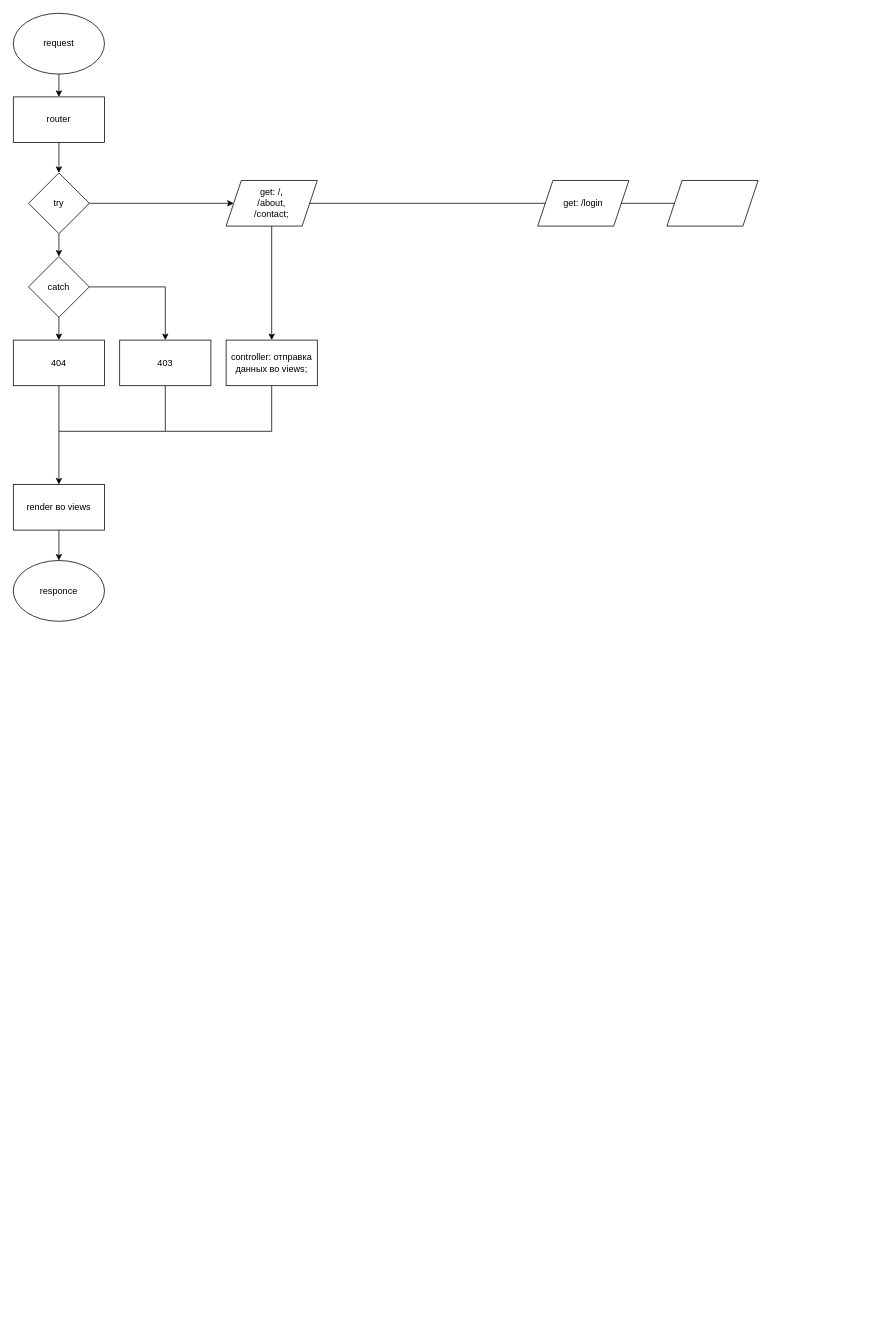
This is mvc.drawio from Konkin-Ivan/custom_mvc_php, a draw.io file, before an edit. Source tidied: cells renumbered, new cells numbered last; positions are measured from the earlier drawing's top-left corner, leaving out a move shared by most shapes. Both pictures are drawn from the tidied source at 76%, with x=0, y=0 at pixel (13, 13).
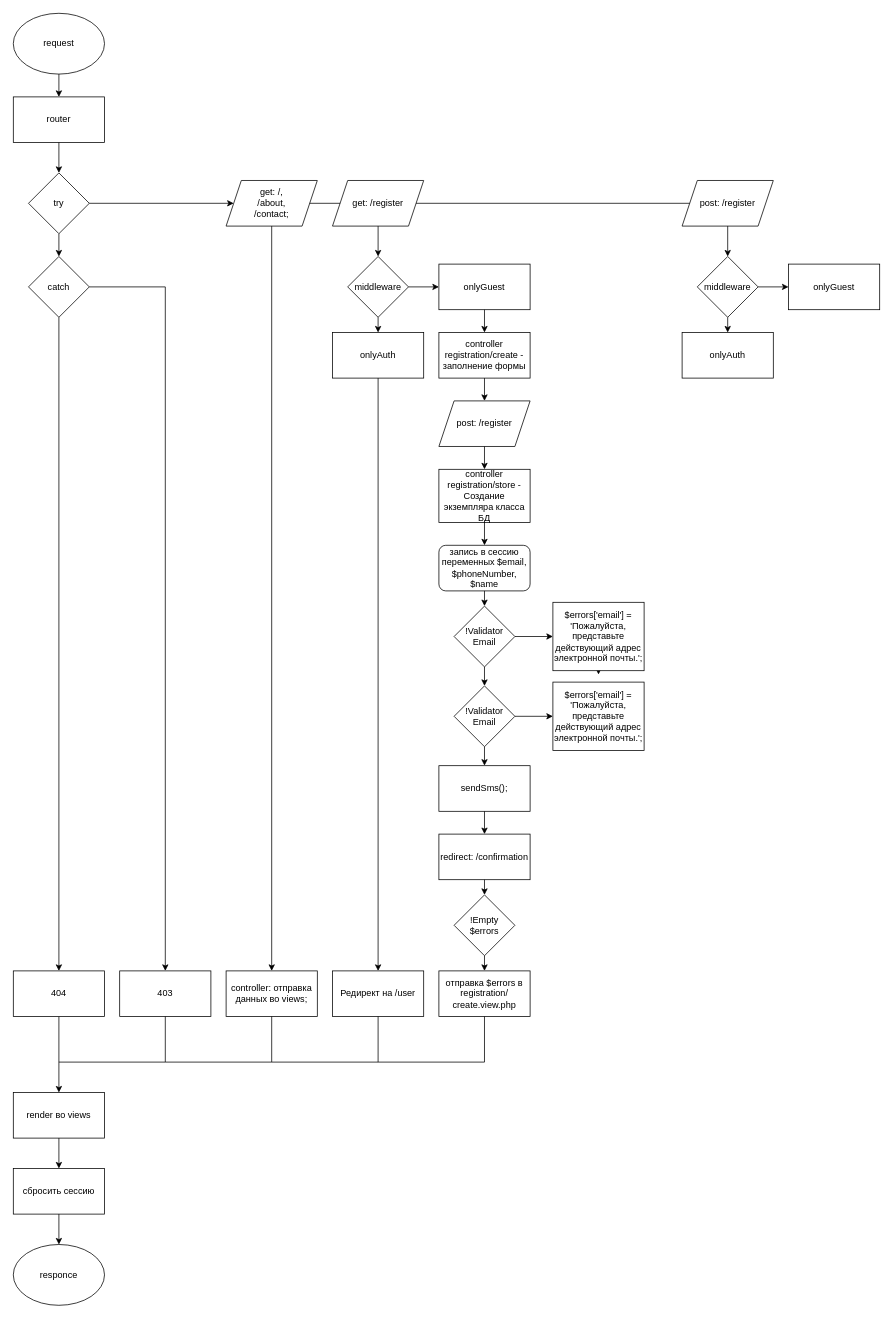
The same diagram, later.

The edit, as a diff of the source:
```diff
@@
     <mxCell id="3" value="responce" style="ellipse;whiteSpace=wrap;html=1;" parent="1" vertex="1">
-      <mxGeometry y="720" width="120" height="80" as="geometry" />
+      <mxGeometry y="1620" width="120" height="80" as="geometry" />
     </mxCell>
@@
-    <mxCell id="5" value="get: /login" style="shape=parallelogram;perimeter=parallelogramPerimeter;whiteSpace=wrap;html=1;fixedSize=1;" parent="1" vertex="1">
-      <mxGeometry x="690" y="220" width="120" height="60" as="geometry" />
+    <mxCell id="5" value="get:&amp;nbsp;/register" style="shape=parallelogram;perimeter=parallelogramPerimeter;whiteSpace=wrap;html=1;fixedSize=1;" parent="1" vertex="1">
+      <mxGeometry x="420" y="220" width="120" height="60" as="geometry" />
     </mxCell>
@@
-    <mxCell id="7" style="shape=parallelogram;perimeter=parallelogramPerimeter;whiteSpace=wrap;html=1;fixedSize=1;" parent="1" vertex="1">
-      <mxGeometry x="860" y="220" width="120" height="60" as="geometry" />
+    <mxCell id="7" value="post:&amp;nbsp;/register" style="shape=parallelogram;perimeter=parallelogramPerimeter;whiteSpace=wrap;html=1;fixedSize=1;" parent="1" vertex="1">
+      <mxGeometry x="880" y="220" width="120" height="60" as="geometry" />
     </mxCell>
@@
     <mxCell id="9" value="controller: отправка данных во views;" style="rounded=0;whiteSpace=wrap;html=1;" parent="1" vertex="1">
-      <mxGeometry x="280" y="430" width="120" height="60" as="geometry" />
+      <mxGeometry x="280" y="1260" width="120" height="60" as="geometry" />
     </mxCell>
     <mxCell id="10" value="render во views" style="rounded=0;whiteSpace=wrap;html=1;" parent="1" vertex="1">
-      <mxGeometry y="620" width="120" height="60" as="geometry" />
+      <mxGeometry y="1420" width="120" height="60" as="geometry" />
     </mxCell>
@@
     <mxCell id="14" value="403" style="rounded=0;whiteSpace=wrap;html=1;" parent="1" vertex="1">
-      <mxGeometry x="140" y="430" width="120" height="60" as="geometry" />
+      <mxGeometry x="140" y="1260" width="120" height="60" as="geometry" />
     </mxCell>
@@
     <mxCell id="16" value="404" style="rounded=0;whiteSpace=wrap;html=1;" parent="1" vertex="1">
-      <mxGeometry y="430" width="120" height="60" as="geometry" />
+      <mxGeometry y="1260" width="120" height="60" as="geometry" />
     </mxCell>
@@
     <mxCell id="18" style="endArrow=none;html=1;rounded=0;exitX=0.5;exitY=1;exitDx=0;exitDy=0;" parent="1" edge="1" source="14">
       <mxGeometry relative="1" as="geometry">
-        <mxPoint x="60" y="550" as="targetPoint" />
+        <mxPoint x="60" y="1380" as="targetPoint" />
         <Array as="points">
-          <mxPoint x="200" y="550" />
+          <mxPoint x="200" y="1380" />
         </Array>
       </mxGeometry>
     </mxCell>
-    <mxCell id="19" style="endArrow=classic;html=1;rounded=0;exitX=0.5;exitY=1;exitDx=0;exitDy=0;entryX=0.5;entryY=0;entryDx=0;entryDy=0;" parent="1" edge="1" source="10" target="3">
-      <mxGeometry relative="1" as="geometry" />
-    </mxCell>
     <mxCell id="20" style="endArrow=none;html=1;rounded=0;entryX=0.5;entryY=1;entryDx=0;entryDy=0;" parent="1" edge="1" target="9">
       <mxGeometry relative="1" as="geometry">
-        <mxPoint x="200" y="550" as="sourcePoint" />
+        <mxPoint x="200" y="1380" as="sourcePoint" />
         <Array as="points">
-          <mxPoint x="340" y="550" />
+          <mxPoint x="340" y="1380" />
         </Array>
       </mxGeometry>
     </mxCell>
@@
+    <mxCell id="27" value="middleware" style="rhombus;whiteSpace=wrap;html=1;" parent="1" vertex="1">
+      <mxGeometry x="440" y="320" width="80" height="80" as="geometry" />
+    </mxCell>
+    <mxCell id="28" style="endArrow=classic;html=1;rounded=0;exitX=0.5;exitY=1;exitDx=0;exitDy=0;entryX=0.5;entryY=0;entryDx=0;entryDy=0;" parent="1" edge="1" source="5" target="27">
+      <mxGeometry relative="1" as="geometry" />
+    </mxCell>
+    <mxCell id="29" value="onlyGuest" style="rounded=0;whiteSpace=wrap;html=1;" parent="1" vertex="1">
+      <mxGeometry x="560" y="330" width="120" height="60" as="geometry" />
+    </mxCell>
+    <mxCell id="30" value="Редирект на /user" style="rounded=0;whiteSpace=wrap;html=1;" parent="1" vertex="1">
+      <mxGeometry x="420" y="1260" width="120" height="60" as="geometry" />
+    </mxCell>
+    <mxCell id="31" style="endArrow=classic;html=1;rounded=0;exitX=1;exitY=0.5;exitDx=0;exitDy=0;entryX=0;entryY=0.5;entryDx=0;entryDy=0;" parent="1" edge="1" source="27" target="29">
+      <mxGeometry relative="1" as="geometry" />
+    </mxCell>
+    <mxCell id="32" style="endArrow=none;html=1;rounded=0;entryX=0.5;entryY=1;entryDx=0;entryDy=0;" parent="1" edge="1" target="30">
+      <mxGeometry relative="1" as="geometry">
+        <mxPoint x="340" y="1380" as="sourcePoint" />
+        <Array as="points">
+          <mxPoint x="480" y="1380" />
+        </Array>
+      </mxGeometry>
+    </mxCell>
+    <mxCell id="33" value="middleware" style="rhombus;whiteSpace=wrap;html=1;" parent="1" vertex="1">
+      <mxGeometry x="900" y="320" width="80" height="80" as="geometry" />
+    </mxCell>
+    <mxCell id="34" value="onlyGuest" style="rounded=0;whiteSpace=wrap;html=1;" parent="1" vertex="1">
+      <mxGeometry x="1020" y="330" width="120" height="60" as="geometry" />
+    </mxCell>
+    <mxCell id="35" style="endArrow=classic;html=1;rounded=0;exitX=1;exitY=0.5;exitDx=0;exitDy=0;entryX=0;entryY=0.5;entryDx=0;entryDy=0;" parent="1" edge="1" source="33" target="34">
+      <mxGeometry relative="1" as="geometry" />
+    </mxCell>
+    <mxCell id="36" style="endArrow=classic;html=1;rounded=0;exitX=0.5;exitY=1;exitDx=0;exitDy=0;entryX=0.5;entryY=0;entryDx=0;entryDy=0;" parent="1" edge="1" source="7" target="33">
+      <mxGeometry relative="1" as="geometry" />
+    </mxCell>
+    <mxCell id="37" value="сбросить сессию" style="rounded=0;whiteSpace=wrap;html=1;" parent="1" vertex="1">
+      <mxGeometry y="1520" width="120" height="60" as="geometry" />
+    </mxCell>
+    <mxCell id="38" style="endArrow=classic;html=1;rounded=0;exitX=0.5;exitY=1;exitDx=0;exitDy=0;entryX=0.5;entryY=0;entryDx=0;entryDy=0;" parent="1" edge="1" source="10" target="37">
+      <mxGeometry relative="1" as="geometry" />
+    </mxCell>
+    <mxCell id="39" style="endArrow=classic;html=1;rounded=0;exitX=0.5;exitY=1;exitDx=0;exitDy=0;entryX=0.5;entryY=0;entryDx=0;entryDy=0;" parent="1" edge="1" source="37" target="3">
+      <mxGeometry relative="1" as="geometry" />
+    </mxCell>
+    <mxCell id="40" value="onlyAuth" style="rounded=0;whiteSpace=wrap;html=1;" parent="1" vertex="1">
+      <mxGeometry x="420" y="420" width="120" height="60" as="geometry" />
+    </mxCell>
+    <mxCell id="41" style="endArrow=classic;html=1;rounded=0;exitX=0.5;exitY=1;exitDx=0;exitDy=0;entryX=0.5;entryY=0;entryDx=0;entryDy=0;" parent="1" edge="1" source="27" target="40">
+      <mxGeometry relative="1" as="geometry" />
+    </mxCell>
+    <mxCell id="42" style="endArrow=classic;html=1;rounded=0;exitX=0.5;exitY=1;exitDx=0;exitDy=0;entryX=0.5;entryY=0;entryDx=0;entryDy=0;" parent="1" edge="1" source="40" target="30">
+      <mxGeometry relative="1" as="geometry" />
+    </mxCell>
+    <mxCell id="43" value="onlyAuth" style="rounded=0;whiteSpace=wrap;html=1;" parent="1" vertex="1">
+      <mxGeometry x="880" y="420" width="120" height="60" as="geometry" />
+    </mxCell>
+    <mxCell id="44" style="endArrow=classic;html=1;rounded=0;exitX=0.5;exitY=1;exitDx=0;exitDy=0;entryX=0.5;entryY=0;entryDx=0;entryDy=0;" parent="1" edge="1" source="33" target="43">
+      <mxGeometry relative="1" as="geometry" />
+    </mxCell>
+    <mxCell id="45" value="controller registration/create - заполнение формы" style="rounded=0;whiteSpace=wrap;html=1;" parent="1" vertex="1">
+      <mxGeometry x="560" y="420" width="120" height="60" as="geometry" />
+    </mxCell>
+    <mxCell id="46" style="endArrow=classic;html=1;rounded=0;exitX=0.5;exitY=1;exitDx=0;exitDy=0;entryX=0.5;entryY=0;entryDx=0;entryDy=0;" parent="1" edge="1" source="29" target="45">
+      <mxGeometry relative="1" as="geometry" />
+    </mxCell>
+    <mxCell id="47" value="controller registration/store - Создание экземпляра класса БД" style="rounded=0;whiteSpace=wrap;html=1;" parent="1" vertex="1">
+      <mxGeometry x="560" y="600" width="120" height="70" as="geometry" />
+    </mxCell>
+    <mxCell id="48" style="endArrow=classic;html=1;rounded=0;exitX=0.5;exitY=1;exitDx=0;exitDy=0;entryX=0.5;entryY=0;entryDx=0;entryDy=0;" parent="1" edge="1" source="45" target="69">
+      <mxGeometry relative="1" as="geometry" />
+    </mxCell>
+    <mxCell id="49" style="endArrow=classic;html=1;rounded=0;exitX=0.5;exitY=1;exitDx=0;exitDy=0;entryX=0.5;entryY=0;entryDx=0;entryDy=0;" parent="1" edge="1" source="47" target="50">
+      <mxGeometry relative="1" as="geometry" />
+    </mxCell>
+    <mxCell id="50" value="запись в сессию переменных $email, $phoneNumber, $name" style="rounded=1;whiteSpace=wrap;html=1;" parent="1" vertex="1">
+      <mxGeometry x="560" y="700" width="120" height="60" as="geometry" />
+    </mxCell>
+    <mxCell id="51" value="!Validator&lt;br&gt;Email" style="rhombus;whiteSpace=wrap;html=1;" parent="1" vertex="1">
+      <mxGeometry x="580" y="780" width="80" height="80" as="geometry" />
+    </mxCell>
+    <mxCell id="52" style="endArrow=classic;html=1;rounded=0;exitX=0.5;exitY=1;exitDx=0;exitDy=0;entryX=0.5;entryY=0;entryDx=0;entryDy=0;" parent="1" edge="1" source="50" target="51">
+      <mxGeometry relative="1" as="geometry" />
+    </mxCell>
+    <mxCell id="53" style="edgeStyle=orthogonalEdgeStyle;rounded=0;jettySize=auto;html=1;exitX=0.5;exitY=1;exitDx=0;exitDy=0;" parent="1" edge="1" source="54">
+      <mxGeometry relative="1" as="geometry">
+        <mxPoint x="770" y="870" as="targetPoint" />
+      </mxGeometry>
+    </mxCell>
+    <mxCell id="54" value="$errors['email'] = 'Пожалуйста, представьте действующий адрес электронной почты.';" style="rounded=0;whiteSpace=wrap;html=1;" parent="1" vertex="1">
+      <mxGeometry x="710" y="775" width="120" height="90" as="geometry" />
+    </mxCell>
+    <mxCell id="55" style="endArrow=classic;html=1;rounded=0;entryX=0;entryY=0.5;entryDx=0;entryDy=0;" parent="1" edge="1" target="54">
+      <mxGeometry relative="1" as="geometry">
+        <mxPoint x="660" y="820" as="sourcePoint" />
+      </mxGeometry>
+    </mxCell>
+    <mxCell id="56" value="!Validator&lt;br&gt;Email" style="rhombus;whiteSpace=wrap;html=1;" parent="1" vertex="1">
+      <mxGeometry x="580" y="885" width="80" height="80" as="geometry" />
+    </mxCell>
+    <mxCell id="57" style="endArrow=classic;html=1;rounded=0;entryX=0.5;entryY=0;entryDx=0;entryDy=0;exitX=0.5;exitY=1;exitDx=0;exitDy=0;" parent="1" edge="1" source="51" target="56">
+      <mxGeometry relative="1" as="geometry" />
+    </mxCell>
+    <mxCell id="58" value="$errors['email'] = 'Пожалуйста, представьте действующий адрес электронной почты.';" style="rounded=0;whiteSpace=wrap;html=1;" parent="1" vertex="1">
+      <mxGeometry x="710" y="880" width="120" height="90" as="geometry" />
+    </mxCell>
+    <mxCell id="59" style="endArrow=classic;html=1;rounded=0;entryX=0;entryY=0.5;entryDx=0;entryDy=0;exitX=1;exitY=0.5;exitDx=0;exitDy=0;" parent="1" edge="1" source="56" target="58">
+      <mxGeometry relative="1" as="geometry" />
+    </mxCell>
+    <mxCell id="60" value="sendSms();" style="rounded=0;whiteSpace=wrap;html=1;" parent="1" vertex="1">
+      <mxGeometry x="560" y="990" width="120" height="60" as="geometry" />
+    </mxCell>
+    <mxCell id="61" value="redirect: /confirmation" style="rounded=0;whiteSpace=wrap;html=1;" parent="1" vertex="1">
+      <mxGeometry x="560" y="1080" width="120" height="60" as="geometry" />
+    </mxCell>
+    <mxCell id="62" style="endArrow=classic;html=1;rounded=0;entryX=0.5;entryY=0;entryDx=0;entryDy=0;exitX=0.5;exitY=1;exitDx=0;exitDy=0;" parent="1" edge="1" source="60" target="61">
+      <mxGeometry relative="1" as="geometry" />
+    </mxCell>
+    <mxCell id="63" style="endArrow=classic;html=1;rounded=0;exitX=0.5;exitY=1;exitDx=0;exitDy=0;entryX=0.5;entryY=0;entryDx=0;entryDy=0;" parent="1" edge="1" source="56" target="60">
+      <mxGeometry relative="1" as="geometry" />
+    </mxCell>
+    <mxCell id="64" value="!Empty&lt;br&gt;$errors" style="rhombus;whiteSpace=wrap;html=1;" parent="1" vertex="1">
+      <mxGeometry x="580" y="1160" width="80" height="80" as="geometry" />
+    </mxCell>
+    <mxCell id="65" value="отправка $errors в&lt;br&gt;registration/&lt;br&gt;create.view.php" style="rounded=0;whiteSpace=wrap;html=1;" parent="1" vertex="1">
+      <mxGeometry x="560" y="1260" width="120" height="60" as="geometry" />
+    </mxCell>
+    <mxCell id="66" style="endArrow=classic;html=1;rounded=0;entryX=0.5;entryY=0;entryDx=0;entryDy=0;exitX=0.5;exitY=1;exitDx=0;exitDy=0;" parent="1" edge="1" source="61" target="64">
+      <mxGeometry relative="1" as="geometry" />
+    </mxCell>
+    <mxCell id="67" style="endArrow=classic;html=1;rounded=0;entryX=0.5;entryY=0;entryDx=0;entryDy=0;exitX=0.5;exitY=1;exitDx=0;exitDy=0;" parent="1" edge="1" source="64" target="65">
+      <mxGeometry relative="1" as="geometry" />
+    </mxCell>
+    <mxCell id="68" style="endArrow=none;html=1;rounded=0;entryX=0.5;entryY=1;entryDx=0;entryDy=0;" parent="1" edge="1" target="65">
+      <mxGeometry relative="1" as="geometry">
+        <mxPoint x="480" y="1380" as="sourcePoint" />
+        <Array as="points">
+          <mxPoint x="620" y="1380" />
+        </Array>
+      </mxGeometry>
+    </mxCell>
+    <mxCell id="69" value="post: /register" style="shape=parallelogram;perimeter=parallelogramPerimeter;whiteSpace=wrap;html=1;fixedSize=1;" parent="1" vertex="1">
+      <mxGeometry x="560" y="510" width="120" height="60" as="geometry" />
+    </mxCell>
+    <mxCell id="70" style="endArrow=classic;html=1;rounded=0;entryX=0.5;entryY=0;entryDx=0;entryDy=0;exitX=0.5;exitY=1;exitDx=0;exitDy=0;" parent="1" edge="1" source="69" target="47">
+      <mxGeometry relative="1" as="geometry" />
+    </mxCell>
```
